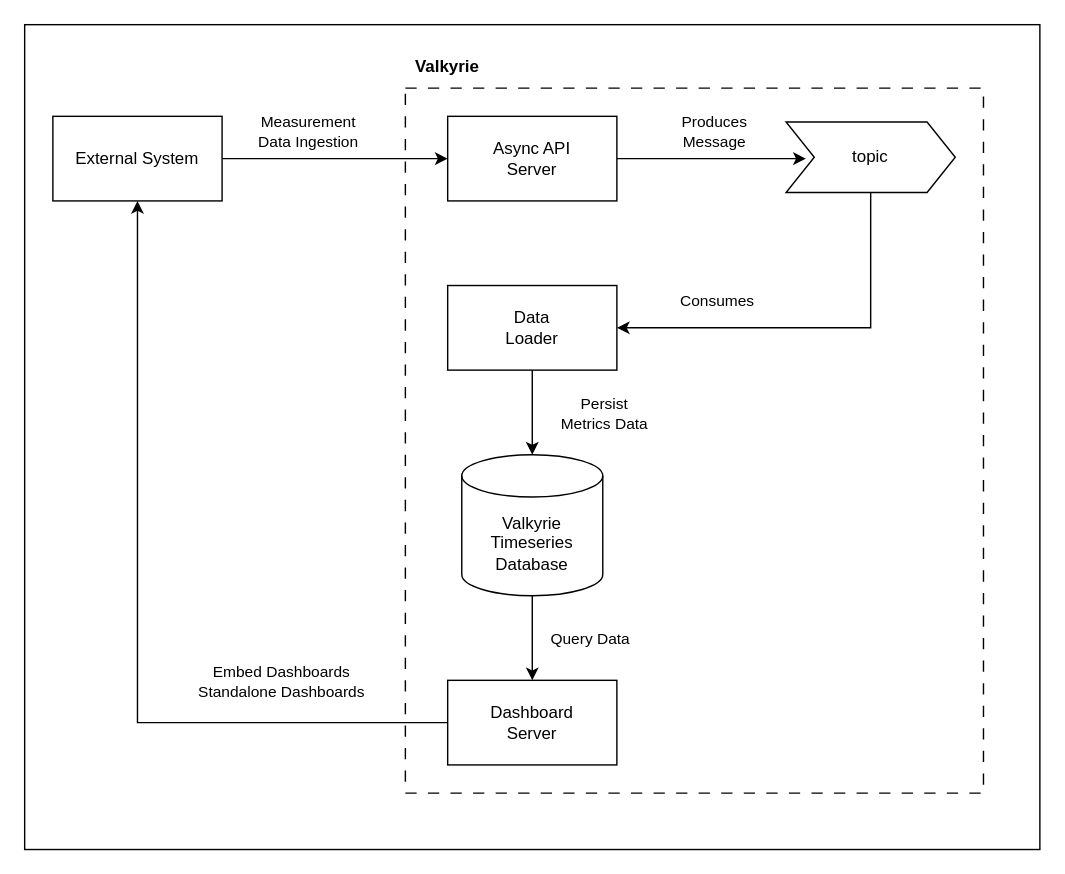
Before: docs/valkyrie.drawio in rogeriobiondi/valkyrie, a draw.io diagram. Source tidied: cells renumbered, new cells numbered last; positions are measured from the earlier drawing's top-left corner, leaving out a move shared by most shapes. Both pictures are drawn from the tidied source at 141%, with x=0, y=0 at pixel (24, 24).
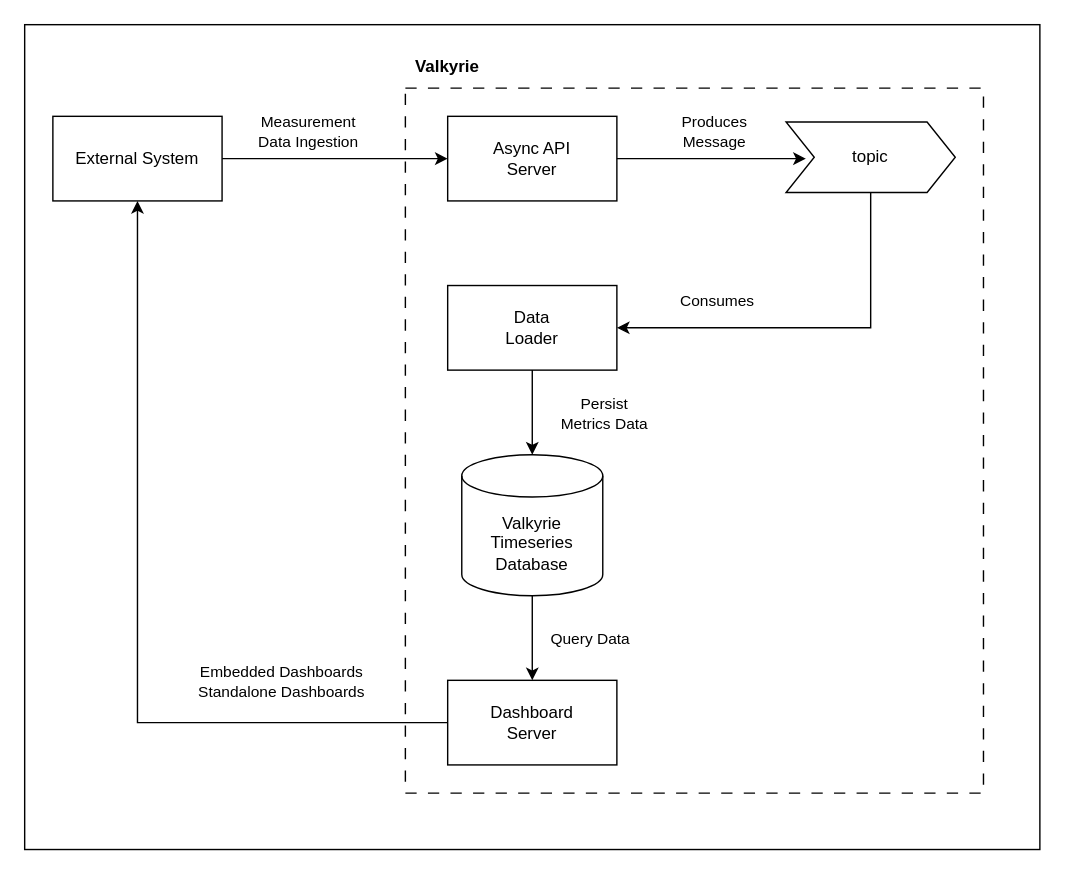
After the change.

Commit message (it also covers changes not shown here):
fix: correct label text in Valkyrie diagram for clarity

The change refers to these unchanged cells:
```xml
<mxCell id="19" style="edgeStyle=orthogonalEdgeStyle;rounded=0;jettySize=auto;html=1;entryX=0.5;entryY=1;entryDx=0;entryDy=0;" parent="1" edge="1" source="21" target="6">
  <mxGeometry relative="1" as="geometry" />
</mxCell>
```

The edit, as a diff of the source:
```diff
@@
-    <mxCell id="20" value="Embed Dashboards&lt;div&gt;Standalone Dashboards&lt;/div&gt;" style="edgeLabel;html=1;align=center;verticalAlign=middle;" parent="19" vertex="1">
+    <mxCell id="20" value="Embedded Dashboards&lt;div&gt;Standalone Dashboards&lt;/div&gt;" style="edgeLabel;html=1;align=center;verticalAlign=middle;" parent="19" vertex="1">
       <mxGeometry x="-0.64" y="-3" relative="1" as="geometry">
         <mxPoint x="-13" y="-27" as="offset" />
       </mxGeometry>
     </mxCell>
```
